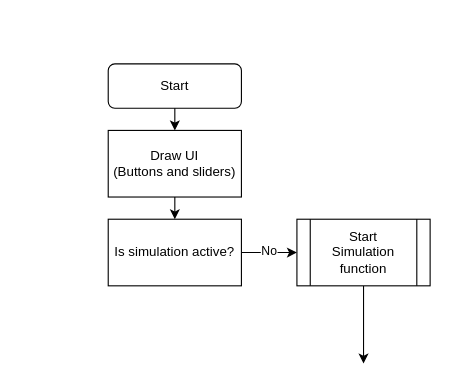
This is Particle Simulation.drawio from particle-simulation/H24HX3-Fysik-og-Programmering-Josva-Partikel-Simulation, a draw.io file, before an edit. Source tidied: cells renumbered, new cells numbered last; positions are measured from the earlier drawing's top-left corner, leaving out a move shared by most shapes. Both pictures are drawn from the tidied source at 111%, with x=0, y=0 at pixel (108, 63).
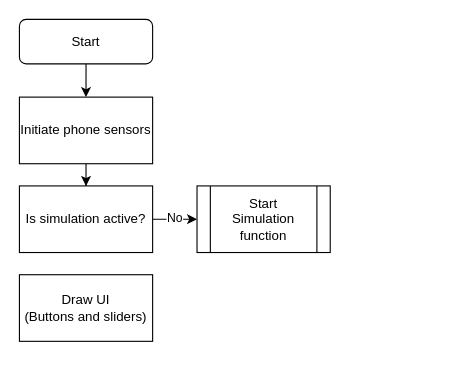
Above is the later version.

Diff of the diagram source:
```diff
@@
 <mxGraphModel>
   <root>
     <mxCell id="0" />
     <mxCell id="1" parent="0" />
+    <mxCell id="11" style="edgeStyle=orthogonalEdgeStyle;rounded=0;jettySize=auto;html=1;" parent="1" edge="1" source="2" target="13">
+      <mxGeometry relative="1" as="geometry" />
+    </mxCell>
     <mxCell id="2" value="Start" style="rounded=1;whiteSpace=wrap;html=1;fontSize=12;glass=0;strokeWidth=1;shadow=0;" parent="1" vertex="1">
-      <mxGeometry width="120" height="40" as="geometry" />
+      <mxGeometry x="-80" y="-40" width="120" height="40" as="geometry" />
     </mxCell>
     <mxCell id="3" style="edgeStyle=orthogonalEdgeStyle;rounded=0;jettySize=auto;html=1;" parent="1" edge="1" source="5" target="10">
       <mxGeometry relative="1" as="geometry" />
     </mxCell>
     <mxCell id="4" value="&lt;div&gt;No&lt;/div&gt;" style="edgeLabel;html=1;align=center;verticalAlign=middle;" parent="3" vertex="1">
       <mxGeometry x="-0.04" y="2" relative="1" as="geometry" />
     </mxCell>
     <mxCell id="5" value="Is simulation active?" style="rounded=0;whiteSpace=wrap;html=1;" parent="1" vertex="1">
-      <mxGeometry y="140" width="120" height="60" as="geometry" />
+      <mxGeometry x="-80" y="110" width="120" height="60" as="geometry" />
     </mxCell>
     <mxCell id="6" value="&lt;div&gt;Draw UI&lt;/div&gt;&lt;div&gt;(Buttons and sliders)&lt;/div&gt;" style="rounded=0;whiteSpace=wrap;html=1;" parent="1" vertex="1">
-      <mxGeometry y="60" width="120" height="60" as="geometry" />
+      <mxGeometry x="-80" y="190" width="120" height="60" as="geometry" />
     </mxCell>
-    <mxCell id="7" style="endArrow=classic;html=1;rounded=0;exitX=0.5;exitY=1;exitDx=0;exitDy=0;entryX=0.5;entryY=0;entryDx=0;entryDy=0;" parent="1" edge="1" source="6" target="5">
-      <mxGeometry relative="1" as="geometry" />
-    </mxCell>
-    <mxCell id="8" style="endArrow=classic;html=1;rounded=0;exitX=0.5;exitY=1;exitDx=0;exitDy=0;entryX=0.5;entryY=0;entryDx=0;entryDy=0;" parent="1" edge="1" source="2" target="6">
-      <mxGeometry relative="1" as="geometry" />
-    </mxCell>
-    <mxCell id="9" style="edgeStyle=orthogonalEdgeStyle;rounded=0;jettySize=auto;html=1;exitX=0.5;exitY=1;exitDx=0;exitDy=0;" parent="1" edge="1" source="10">
-      <mxGeometry relative="1" as="geometry">
-        <mxPoint x="230" y="270" as="targetPoint" />
-      </mxGeometry>
-    </mxCell>
     <mxCell id="10" value="&lt;div&gt;Start&lt;/div&gt;&lt;div&gt;Simulation function&lt;/div&gt;" style="shape=process;whiteSpace=wrap;html=1;backgroundOutline=1;rounded=0;" parent="1" vertex="1">
-      <mxGeometry x="170" y="140" width="120" height="60" as="geometry" />
+      <mxGeometry x="80" y="110" width="120" height="60" as="geometry" />
     </mxCell>
+    <mxCell id="12" style="edgeStyle=orthogonalEdgeStyle;rounded=0;jettySize=auto;html=1;" parent="1" edge="1" source="13" target="5">
+      <mxGeometry relative="1" as="geometry" />
+    </mxCell>
+    <mxCell id="13" value="Initiate phone sensors" style="rounded=0;whiteSpace=wrap;html=1;" parent="1" vertex="1">
+      <mxGeometry x="-80" y="30" width="120" height="60" as="geometry" />
+    </mxCell>
   </root>
 </mxGraphModel>
```
